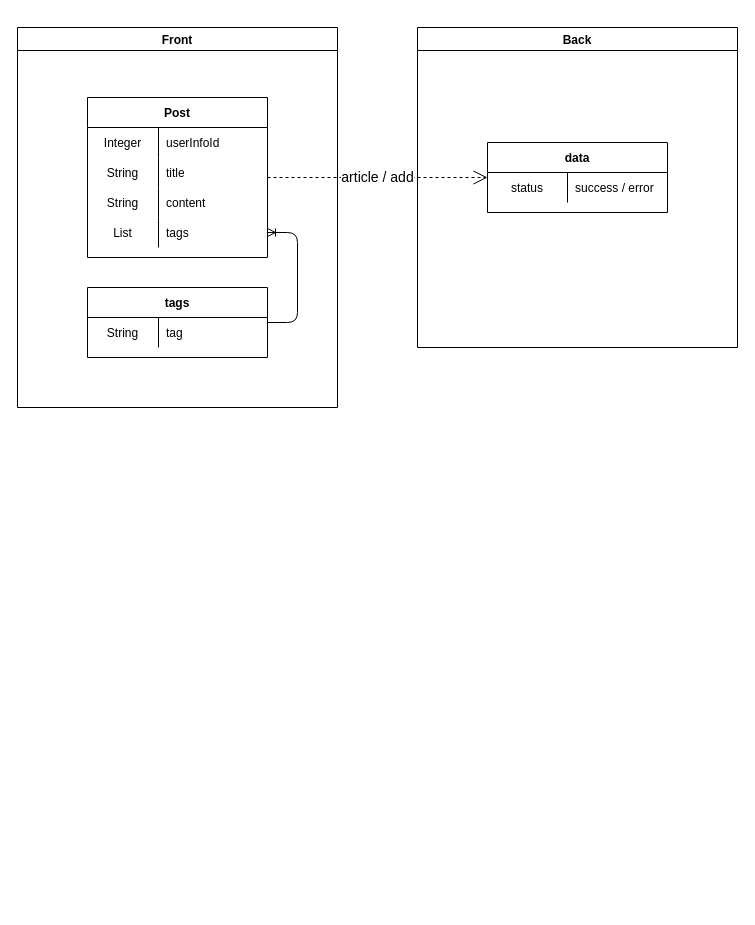
yusuke-rakus/Qiish keeps this draw.io diagram as page "[機能]記事投稿" (15 of 20) of Designs/基本設計.drawio. Above is the earlier version. Source tidied: cells renumbered, new cells numbered last; positions are measured from the earlier drawing's top-left corner, leaving out a move shared by most shapes. Both pictures are drawn from the tidied source at 100%, with x=0, y=0 at pixel (17, 27).
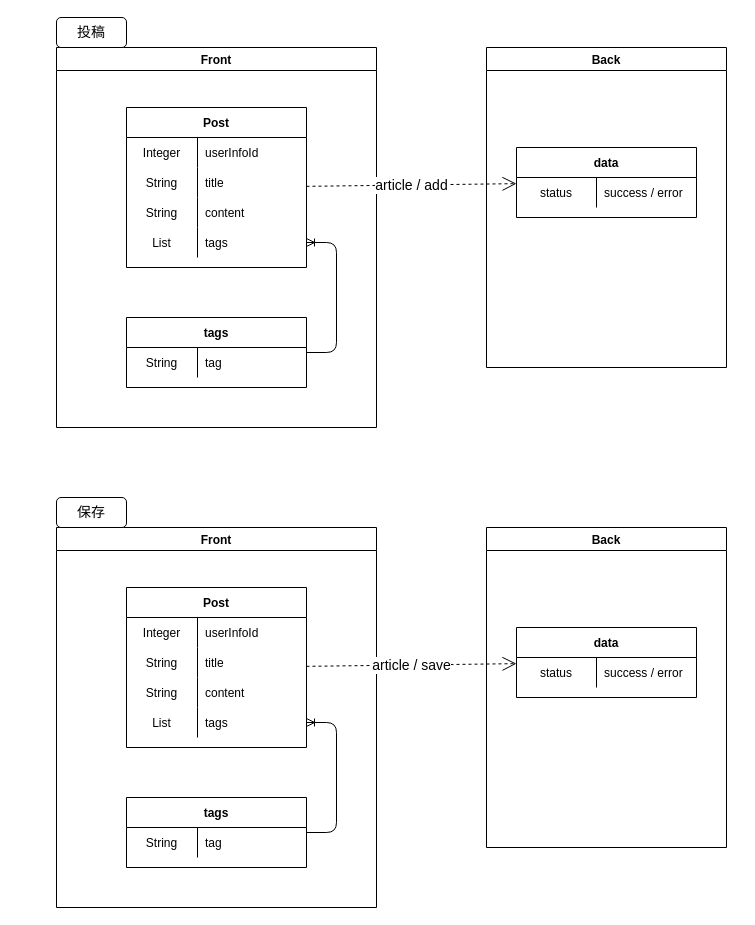
After the change.

What changed in the source:
```diff
@@
     <mxCell id="2" value="Front" style="swimlane;" parent="1" vertex="1">
-      <mxGeometry width="320" height="380" as="geometry" />
+      <mxGeometry x="39" y="20" width="320" height="380" as="geometry" />
     </mxCell>
     <mxCell id="3" value="Post" style="shape=table;startSize=30;childLayout=tableLayout;rowLines=0;fontStyle=1;align=center;" parent="2" vertex="1">
-      <mxGeometry x="70" y="70" width="180" height="160" as="geometry" />
+      <mxGeometry x="70" y="60" width="180" height="160" as="geometry" />
     </mxCell>
@@
     <mxCell id="16" value="tags" style="shape=table;startSize=30;childLayout=tableLayout;rowLines=0;fontStyle=1;align=center;" parent="2" vertex="1">
-      <mxGeometry x="70" y="260" width="180" height="70" as="geometry" />
+      <mxGeometry x="70" y="270" width="180" height="70" as="geometry" />
     </mxCell>
@@
     <mxCell id="21" value="Back" style="swimlane;" parent="1" vertex="1">
-      <mxGeometry x="400" width="320" height="320" as="geometry" />
+      <mxGeometry x="469" y="20" width="240" height="320" as="geometry" />
     </mxCell>
     <mxCell id="22" value="data" style="shape=table;startSize=30;childLayout=tableLayout;rowLines=0;fontStyle=1;align=center;" parent="21" vertex="1">
-      <mxGeometry x="70" y="115" width="180" height="70" as="geometry" />
+      <mxGeometry x="30" y="100" width="180" height="70" as="geometry" />
     </mxCell>
@@
+    <mxCell id="27" value="Front" style="swimlane;" parent="1" vertex="1">
+      <mxGeometry x="39" y="500" width="320" height="380" as="geometry" />
+    </mxCell>
+    <mxCell id="28" value="Post" style="shape=table;startSize=30;childLayout=tableLayout;rowLines=0;fontStyle=1;align=center;" parent="27" vertex="1">
+      <mxGeometry x="70" y="60" width="180" height="160" as="geometry" />
+    </mxCell>
+    <mxCell id="29" style="shape=partialRectangle;fillColor=none;top=0;left=0;bottom=0;right=0;" parent="28" vertex="1">
+      <mxGeometry y="30" width="180" height="30" as="geometry" />
+    </mxCell>
+    <mxCell id="30" value="Integer" style="shape=partialRectangle;fillColor=none;top=0;left=0;bottom=0;right=0;overflow=hidden;" parent="29" vertex="1">
+      <mxGeometry width="71" height="30" as="geometry" />
+    </mxCell>
+    <mxCell id="31" value="userInfoId" style="shape=partialRectangle;fillColor=none;top=0;left=0;bottom=0;right=0;align=left;spacingLeft=6;overflow=hidden;" parent="29" vertex="1">
+      <mxGeometry x="71" width="109" height="30" as="geometry" />
+    </mxCell>
+    <mxCell id="32" style="shape=partialRectangle;fillColor=none;top=0;left=0;bottom=0;right=0;" parent="28" vertex="1">
+      <mxGeometry y="60" width="180" height="30" as="geometry" />
+    </mxCell>
+    <mxCell id="33" value="String" style="shape=partialRectangle;fillColor=none;top=0;left=0;bottom=0;right=0;overflow=hidden;" parent="32" vertex="1">
+      <mxGeometry width="71" height="30" as="geometry" />
+    </mxCell>
+    <mxCell id="34" value="title" style="shape=partialRectangle;fillColor=none;top=0;left=0;bottom=0;right=0;align=left;spacingLeft=6;overflow=hidden;" parent="32" vertex="1">
+      <mxGeometry x="71" width="109" height="30" as="geometry" />
+    </mxCell>
+    <mxCell id="35" style="shape=partialRectangle;fillColor=none;top=0;left=0;bottom=0;right=0;" parent="28" vertex="1">
+      <mxGeometry y="90" width="180" height="30" as="geometry" />
+    </mxCell>
+    <mxCell id="36" value="String" style="shape=partialRectangle;fillColor=none;top=0;left=0;bottom=0;right=0;overflow=hidden;" parent="35" vertex="1">
+      <mxGeometry width="71" height="30" as="geometry" />
+    </mxCell>
+    <mxCell id="37" value="content" style="shape=partialRectangle;fillColor=none;top=0;left=0;bottom=0;right=0;align=left;spacingLeft=6;overflow=hidden;" parent="35" vertex="1">
+      <mxGeometry x="71" width="109" height="30" as="geometry" />
+    </mxCell>
+    <mxCell id="38" style="shape=partialRectangle;fillColor=none;top=0;left=0;bottom=0;right=0;points=[[0,0.5],[1,0.5]];portConstraint=eastwest;" parent="28" vertex="1">
+      <mxGeometry y="120" width="180" height="30" as="geometry" />
+    </mxCell>
+    <mxCell id="39" value="List" style="shape=partialRectangle;fillColor=none;top=0;left=0;bottom=0;right=0;overflow=hidden;" parent="38" vertex="1">
+      <mxGeometry width="71" height="30" as="geometry" />
+    </mxCell>
+    <mxCell id="40" value="tags" style="shape=partialRectangle;fillColor=none;top=0;left=0;bottom=0;right=0;align=left;spacingLeft=6;overflow=hidden;" parent="38" vertex="1">
+      <mxGeometry x="71" width="109" height="30" as="geometry" />
+    </mxCell>
+    <mxCell id="41" value="tags" style="shape=table;startSize=30;childLayout=tableLayout;rowLines=0;fontStyle=1;align=center;" parent="27" vertex="1">
+      <mxGeometry x="70" y="270" width="180" height="70" as="geometry" />
+    </mxCell>
+    <mxCell id="42" style="shape=partialRectangle;fillColor=none;top=0;left=0;bottom=0;right=0;" parent="41" vertex="1">
+      <mxGeometry y="30" width="180" height="30" as="geometry" />
+    </mxCell>
+    <mxCell id="43" value="String" style="shape=partialRectangle;fillColor=none;top=0;left=0;bottom=0;right=0;overflow=hidden;" parent="42" vertex="1">
+      <mxGeometry width="71" height="30" as="geometry" />
+    </mxCell>
+    <mxCell id="44" value="tag" style="shape=partialRectangle;fillColor=none;top=0;left=0;bottom=0;right=0;align=left;spacingLeft=6;overflow=hidden;" parent="42" vertex="1">
+      <mxGeometry x="71" width="109" height="30" as="geometry" />
+    </mxCell>
+    <mxCell id="45" style="edgeStyle=entityRelationEdgeStyle;fontSize=12;html=1;endArrow=ERoneToMany;" parent="27" edge="1" source="41" target="38">
+      <mxGeometry relative="1" as="geometry" />
+    </mxCell>
+    <mxCell id="46" value="Back" style="swimlane;" parent="1" vertex="1">
+      <mxGeometry x="469" y="500" width="240" height="320" as="geometry" />
+    </mxCell>
+    <mxCell id="47" value="data" style="shape=table;startSize=30;childLayout=tableLayout;rowLines=0;fontStyle=1;align=center;" parent="46" vertex="1">
+      <mxGeometry x="30" y="100" width="180" height="70" as="geometry" />
+    </mxCell>
+    <mxCell id="48" style="shape=partialRectangle;fillColor=none;top=0;left=0;bottom=0;right=0;" parent="47" vertex="1">
+      <mxGeometry y="30" width="180" height="30" as="geometry" />
+    </mxCell>
+    <mxCell id="49" value="status" style="shape=partialRectangle;fillColor=none;top=0;left=0;bottom=0;right=0;overflow=hidden;" parent="48" vertex="1">
+      <mxGeometry width="80" height="30" as="geometry" />
+    </mxCell>
+    <mxCell id="50" value="success / error" style="shape=partialRectangle;fillColor=none;top=0;left=0;bottom=0;right=0;align=left;spacingLeft=6;overflow=hidden;" parent="48" vertex="1">
+      <mxGeometry x="80" width="100" height="30" as="geometry" />
+    </mxCell>
+    <mxCell id="51" value="&lt;font style=&quot;font-size: 14px&quot;&gt;article / save&lt;br&gt;&lt;/font&gt;" style="endArrow=open;endSize=12;dashed=1;html=1;" parent="1" edge="1" source="28" target="47">
+      <mxGeometry relative="1" as="geometry" />
+    </mxCell>
+    <mxCell id="52" value="&lt;font style=&quot;font-size: 14px&quot;&gt;投稿&lt;/font&gt;" style="rounded=1;whiteSpace=wrap;html=1;" parent="1" vertex="1">
+      <mxGeometry x="39" y="-10" width="70" height="30" as="geometry" />
+    </mxCell>
+    <mxCell id="53" value="&lt;font style=&quot;font-size: 14px&quot;&gt;保存&lt;/font&gt;" style="rounded=1;whiteSpace=wrap;html=1;" parent="1" vertex="1">
+      <mxGeometry x="39" y="470" width="70" height="30" as="geometry" />
+    </mxCell>
```
